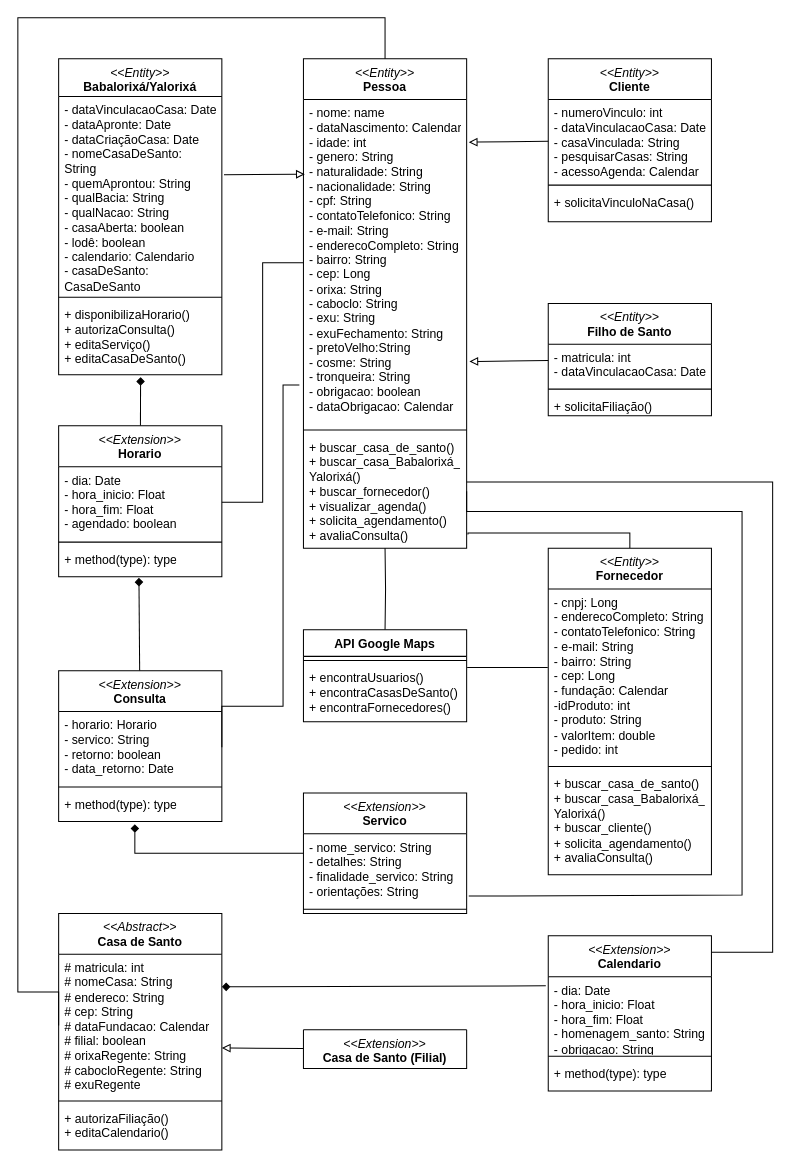
This is Diagrama sem nome.drawio from AlexCarvalhovisk/sarava, a draw.io file, before an edit. Source tidied: cells renumbered, new cells numbered last; positions are measured from the earlier drawing's top-left corner, leaving out a move shared by most shapes. Both pictures are drawn from the tidied source at 102%, with x=0, y=0 at pixel (17, 17).
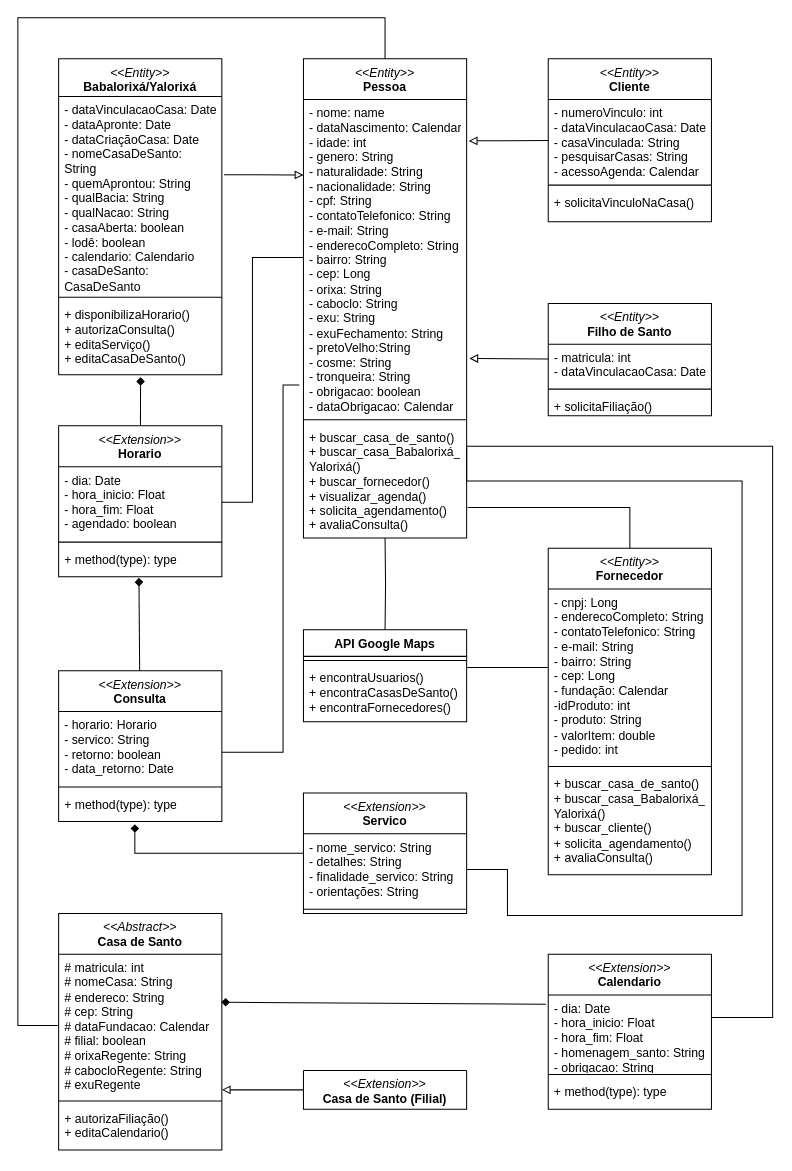
The same diagram, later.

The change refers to these unchanged cells:
```xml
<mxCell id="7" value="&lt;i style=&quot;border-color: var(--border-color); font-weight: 400;&quot;&gt;&amp;lt;&amp;lt;Entity&amp;gt;&amp;gt;&lt;/i&gt;&lt;br&gt;Filho de Santo" style="swimlane;fontStyle=1;align=center;verticalAlign=top;horizontal=1;startSize=40;whiteSpace=wrap;html=1;" parent="1" vertex="1">
  <mxGeometry x="520" y="280" width="160" height="110" as="geometry" />
</mxCell>
<mxCell id="16" value="&lt;i style=&quot;border-color: var(--border-color); font-weight: 400;&quot;&gt;&amp;lt;&amp;lt;Entity&amp;gt;&amp;gt;&lt;/i&gt;&lt;br&gt;Fornecedor" style="swimlane;fontStyle=1;align=center;verticalAlign=top;horizontal=1;startSize=40;whiteSpace=wrap;html=1;" parent="1" vertex="1">
  <mxGeometry x="520" y="520" width="160" height="320" as="geometry" />
</mxCell>
<mxCell id="22" value="- dataVinculacaoCasa: Date&lt;br style=&quot;border-color: var(--border-color);&quot;&gt;- dataApronte: Date&lt;br&gt;- dataCriaçãoCasa: Date&lt;br&gt;- nomeCasaDeSanto: String&lt;br&gt;- quemAprontou: String&lt;br&gt;- qualBacia: String&lt;br&gt;- qualNacao: String&lt;br&gt;- casaAberta: boolean&lt;br&gt;- lodê: boolean&lt;br&gt;- calendario: Calendario&lt;br&gt;- casaDeSanto: CasaDeSanto" style="text;strokeColor=none;fillColor=none;align=left;verticalAlign=top;spacingLeft=4;spacingRight=4;overflow=hidden;points=[[0,0.5],[1,0.5]];portConstraint=eastwest;whiteSpace=wrap;html=1;" parent="21" vertex="1">
  <mxGeometry y="37" width="160" height="193" as="geometry" />
</mxCell>
<mxCell id="26" value="# matricula: int&lt;br&gt;# nomeCasa: String&lt;br&gt;# endereco: String&lt;br&gt;# cep: String&lt;br&gt;# dataFundacao: Calendar&lt;br&gt;# filial: boolean&lt;br&gt;# orixaRegente: String&lt;br&gt;# cabocloRegente: String&lt;br&gt;# exuRegente" style="text;strokeColor=none;fillColor=none;align=left;verticalAlign=top;spacingLeft=4;spacingRight=4;overflow=hidden;points=[[0,0.5],[1,0.5]];portConstraint=eastwest;whiteSpace=wrap;html=1;" parent="25" vertex="1">
  <mxGeometry y="40" width="160" height="140" as="geometry" />
</mxCell>
<mxCell id="34" value="- dia: Date&lt;br&gt;-&amp;nbsp;hora_inicio: Float&lt;br&gt;-&amp;nbsp;hora_fim: Float&lt;br&gt;-&amp;nbsp;agendado: boolean" style="text;strokeColor=none;fillColor=none;align=left;verticalAlign=top;spacingLeft=4;spacingRight=4;overflow=hidden;points=[[0,0.5],[1,0.5]];portConstraint=eastwest;whiteSpace=wrap;html=1;" parent="33" vertex="1">
  <mxGeometry y="40" width="160" height="70" as="geometry" />
</mxCell>
<mxCell id="39" value="- horario: Horario&lt;br&gt;- servico: String&lt;br&gt;- retorno: boolean&lt;br&gt;- data_retorno: Date" style="text;strokeColor=none;fillColor=none;align=left;verticalAlign=top;spacingLeft=4;spacingRight=4;overflow=hidden;points=[[0,0.5],[1,0.5]];portConstraint=eastwest;whiteSpace=wrap;html=1;" parent="38" vertex="1">
  <mxGeometry y="40" width="160" height="70" as="geometry" />
</mxCell>
<mxCell id="44" value="- dia: Date&lt;br&gt;-&amp;nbsp;hora_inicio: Float&lt;br&gt;-&amp;nbsp;hora_fim: Float&lt;br&gt;-&amp;nbsp;homenagem_santo: String&lt;br&gt;- obrigacao: String" style="text;strokeColor=none;fillColor=none;align=left;verticalAlign=top;spacingLeft=4;spacingRight=4;overflow=hidden;points=[[0,0.5],[1,0.5]];portConstraint=eastwest;whiteSpace=wrap;html=1;" parent="43" vertex="1">
  <mxGeometry y="40" width="160" height="74" as="geometry" />
</mxCell>
<mxCell id="49" value="- nome_servico: String&lt;br&gt;- detalhes: String&lt;br&gt;- finalidade_servico: String&lt;br&gt;- orientações: String" style="text;strokeColor=none;fillColor=none;align=left;verticalAlign=top;spacingLeft=4;spacingRight=4;overflow=hidden;points=[[0,0.5],[1,0.5]];portConstraint=eastwest;whiteSpace=wrap;html=1;" parent="48" vertex="1">
  <mxGeometry y="40" width="160" height="70" as="geometry" />
</mxCell>
```

What changed in the source:
```diff
@@
     <mxCell id="2" value="&lt;i style=&quot;border-color: var(--border-color); font-weight: 400;&quot;&gt;&amp;lt;&amp;lt;Entity&amp;gt;&amp;gt;&lt;/i&gt;&lt;br&gt;Pessoa" style="swimlane;fontStyle=1;align=center;verticalAlign=top;horizontal=1;startSize=40;whiteSpace=wrap;html=1;" parent="1" vertex="1">
-      <mxGeometry x="280" y="40" width="160" height="480" as="geometry" />
+      <mxGeometry x="280" y="40" width="160" height="470" as="geometry" />
     </mxCell>
     <mxCell id="3" value="- nome: name&lt;br&gt;- dataNascimento: Calendar&lt;br&gt;- idade: int&lt;br&gt;- genero: String&lt;br&gt;- naturalidade: String&lt;br&gt;- nacionalidade: String&lt;br&gt;- cpf: String&lt;br&gt;- contatoTelefonico: String&lt;br&gt;- e-mail: String&lt;br&gt;- enderecoCompleto: String&lt;br&gt;- bairro: String&lt;br&gt;- cep: Long&lt;br&gt;- orixa: String&lt;br style=&quot;border-color: var(--border-color);&quot;&gt;- caboclo: String&lt;br style=&quot;border-color: var(--border-color);&quot;&gt;- exu: String&lt;br&gt;- exuFechamento: String&lt;br&gt;- pretoVelho:String&lt;br&gt;- cosme: String&lt;br&gt;- tronqueira: String&lt;br&gt;- obrigacao: boolean&lt;br&gt;- dataObrigacao: Calendar" style="text;strokeColor=none;fillColor=none;align=left;verticalAlign=top;spacingLeft=4;spacingRight=4;overflow=hidden;points=[[0,0.5],[1,0.5]];portConstraint=eastwest;whiteSpace=wrap;html=1;" parent="2" vertex="1">
-      <mxGeometry y="40" width="160" height="320" as="geometry" />
+      <mxGeometry y="40" width="160" height="310" as="geometry" />
     </mxCell>
     <mxCell id="4" style="line;strokeWidth=1;fillColor=none;align=left;verticalAlign=middle;spacingTop=-1;spacingLeft=3;spacingRight=3;labelPosition=right;strokeColor=inherit;" parent="2" vertex="1">
-      <mxGeometry y="360" width="160" height="8" as="geometry" />
+      <mxGeometry y="350" width="160" height="8" as="geometry" />
     </mxCell>
     <mxCell id="5" value="+ buscar_casa_de_santo()&lt;br&gt;+ buscar_casa_Babalorixá_&lt;br&gt;Yalorixá()&lt;br&gt;+ buscar_fornecedor()&lt;br&gt;+ visualizar_agenda()&lt;br&gt;+ solicita_agendamento()&lt;br&gt;+ avaliaConsulta()" style="text;strokeColor=none;fillColor=none;align=left;verticalAlign=top;spacingLeft=4;spacingRight=4;overflow=hidden;points=[[0,0.5],[1,0.5]];portConstraint=eastwest;whiteSpace=wrap;html=1;" parent="2" vertex="1">
-      <mxGeometry y="368" width="160" height="112" as="geometry" />
+      <mxGeometry y="358" width="160" height="112" as="geometry" />
     </mxCell>
-    <mxCell id="6" style="rounded=0;jettySize=auto;html=1;endArrow=block;endFill=0;entryX=1.017;entryY=0.803;entryDx=0;entryDy=0;entryPerimeter=0;" parent="1" edge="1" source="7" target="3">
+    <mxCell id="6" style="rounded=0;jettySize=auto;html=1;endArrow=block;endFill=0;entryX=1.017;entryY=0.819;entryDx=0;entryDy=0;entryPerimeter=0;" parent="1" edge="1" source="7" target="3">
       <mxGeometry relative="1" as="geometry" />
     </mxCell>
@@
-    <mxCell id="15" style="edgeStyle=orthogonalEdgeStyle;rounded=0;jettySize=auto;html=1;entryX=1.008;entryY=0.88;entryDx=0;entryDy=0;exitX=0.5;exitY=0;exitDx=0;exitDy=0;endArrow=none;endFill=0;entryPerimeter=0;" parent="1" edge="1" source="16" target="5">
+    <mxCell id="15" style="edgeStyle=orthogonalEdgeStyle;rounded=0;jettySize=auto;html=1;exitX=0.5;exitY=0;exitDx=0;exitDy=0;endArrow=none;endFill=0;" parent="1" edge="1" source="16">
       <mxGeometry relative="1" as="geometry">
+        <mxPoint x="441" y="480" as="targetPoint" />
         <Array as="points">
-          <mxPoint x="600" y="505" />
-          <mxPoint x="441" y="505" />
+          <mxPoint x="600" y="480" />
+          <mxPoint x="441" y="480" />
         </Array>
       </mxGeometry>
     </mxCell>
@@
-    <mxCell id="20" style="rounded=0;jettySize=auto;html=1;entryX=0.008;entryY=0.229;entryDx=0;entryDy=0;entryPerimeter=0;endArrow=block;endFill=0;exitX=1.013;exitY=0.398;exitDx=0;exitDy=0;exitPerimeter=0;" parent="1" edge="1" source="22" target="3">
-      <mxGeometry relative="1" as="geometry" />
+    <mxCell id="20" style="rounded=0;jettySize=auto;html=1;endArrow=block;endFill=0;exitX=1.013;exitY=0.398;exitDx=0;exitDy=0;exitPerimeter=0;" parent="1" edge="1" source="22">
+      <mxGeometry relative="1" as="geometry">
+        <mxPoint x="280" y="154" as="targetPoint" />
+      </mxGeometry>
     </mxCell>
@@
-    <mxCell id="29" style="rounded=0;jettySize=auto;html=1;entryX=1;entryY=0.657;entryDx=0;entryDy=0;entryPerimeter=0;endArrow=block;endFill=0;" parent="1" edge="1" source="30" target="26">
-      <mxGeometry relative="1" as="geometry" />
+    <mxCell id="29" style="rounded=0;jettySize=auto;html=1;endArrow=block;endFill=0;" parent="1" edge="1" source="30">
+      <mxGeometry relative="1" as="geometry">
+        <mxPoint x="200" y="1051" as="targetPoint" />
+      </mxGeometry>
     </mxCell>
     <mxCell id="30" value="&lt;span style=&quot;font-weight: normal;&quot;&gt;&lt;i&gt;&amp;lt;&amp;lt;Extension&amp;gt;&amp;gt;&lt;/i&gt;&lt;/span&gt;&lt;br&gt;Casa de Santo (Filial)" style="swimlane;fontStyle=1;align=center;verticalAlign=top;horizontal=1;startSize=0;whiteSpace=wrap;html=1;" parent="1" vertex="1" collapsed="1">
-      <mxGeometry x="280" y="992" width="160" height="38" as="geometry" />
+      <mxGeometry x="280" y="1032" width="160" height="38" as="geometry" />
     </mxCell>
@@
     <mxCell id="42" style="edgeStyle=orthogonalEdgeStyle;rounded=0;jettySize=auto;html=1;endArrow=none;endFill=0;" parent="1" edge="1" source="43">
       <mxGeometry relative="1" as="geometry">
         <mxPoint x="440" y="455" as="targetPoint" />
         <Array as="points">
-          <mxPoint x="740" y="916" />
-          <mxPoint x="740" y="455" />
+          <mxPoint x="740" y="980" />
+          <mxPoint x="740" y="420" />
+          <mxPoint x="440" y="420" />
         </Array>
       </mxGeometry>
     </mxCell>
     <mxCell id="43" value="&lt;i style=&quot;font-weight: 400;&quot;&gt;&amp;lt;&amp;lt;Extension&amp;gt;&amp;gt;&lt;/i&gt;&lt;br&gt;Calendario" style="swimlane;fontStyle=1;align=center;verticalAlign=top;horizontal=1;startSize=40;whiteSpace=wrap;html=1;" parent="1" vertex="1">
-      <mxGeometry x="520" y="900" width="160" height="152" as="geometry" />
+      <mxGeometry x="520" y="918" width="160" height="152" as="geometry" />
     </mxCell>
@@
-    <mxCell id="52" style="rounded=0;jettySize=auto;html=1;endArrow=diamond;endFill=1;exitX=-0.015;exitY=0.122;exitDx=0;exitDy=0;exitPerimeter=0;" parent="1" edge="1" source="44">
-      <mxGeometry relative="1" as="geometry">
-        <mxPoint x="200" y="950" as="targetPoint" />
-      </mxGeometry>
+    <mxCell id="52" style="rounded=0;jettySize=auto;html=1;endArrow=diamond;endFill=1;exitX=-0.015;exitY=0.122;exitDx=0;exitDy=0;exitPerimeter=0;entryX=0.997;entryY=0.336;entryDx=0;entryDy=0;entryPerimeter=0;" parent="1" edge="1" source="44" target="26">
+      <mxGeometry relative="1" as="geometry" />
     </mxCell>
     <mxCell id="53" style="edgeStyle=orthogonalEdgeStyle;rounded=0;jettySize=auto;html=1;entryX=0;entryY=0.5;entryDx=0;entryDy=0;endArrow=none;endFill=0;exitX=0.5;exitY=0;exitDx=0;exitDy=0;" parent="1" edge="1" source="2" target="26">
       <mxGeometry relative="1" as="geometry">
         <Array as="points">
           <mxPoint x="360" />
           <mxPoint />
-          <mxPoint y="955" />
+          <mxPoint y="988" />
         </Array>
       </mxGeometry>
     </mxCell>
     <mxCell id="54" style="edgeStyle=orthogonalEdgeStyle;rounded=0;jettySize=auto;html=1;entryX=1;entryY=0.5;entryDx=0;entryDy=0;endArrow=none;endFill=0;" parent="1" edge="1" source="3" target="34">
-      <mxGeometry relative="1" as="geometry" />
+      <mxGeometry relative="1" as="geometry">
+        <Array as="points">
+          <mxPoint x="230" y="235" />
+          <mxPoint x="230" y="475" />
+        </Array>
+      </mxGeometry>
     </mxCell>
-    <mxCell id="55" style="edgeStyle=orthogonalEdgeStyle;rounded=0;jettySize=auto;html=1;entryX=1;entryY=0.5;entryDx=0;entryDy=0;endArrow=none;endFill=0;" parent="1" edge="1" target="39">
+    <mxCell id="55" style="edgeStyle=orthogonalEdgeStyle;rounded=0;orthogonalLoop=1;jettySize=auto;html=1;endArrow=none;endFill=0;" parent="1" edge="1">
       <mxGeometry relative="1" as="geometry">
         <mxPoint x="276" y="360" as="sourcePoint" />
+        <mxPoint x="200" y="720" as="targetPoint" />
         <Array as="points">
-          <mxPoint x="276" y="360" />
           <mxPoint x="260" y="360" />
-          <mxPoint x="260" y="675" />
+          <mxPoint x="260" y="720" />
+          <mxPoint x="200" y="720" />
         </Array>
       </mxGeometry>
     </mxCell>
-    <mxCell id="56" style="edgeStyle=orthogonalEdgeStyle;rounded=0;jettySize=auto;html=1;entryX=1;entryY=0.5;entryDx=0;entryDy=0;endArrow=none;endFill=0;exitX=1.013;exitY=0.871;exitDx=0;exitDy=0;exitPerimeter=0;" parent="1" edge="1" source="49" target="5">
+    <mxCell id="56" style="edgeStyle=orthogonalEdgeStyle;rounded=0;jettySize=auto;html=1;entryX=1;entryY=0.5;entryDx=0;entryDy=0;endArrow=none;endFill=0;exitX=1;exitY=0.5;exitDx=0;exitDy=0;" parent="1" edge="1" source="49" target="5">
       <mxGeometry relative="1" as="geometry">
         <Array as="points">
-          <mxPoint x="710" y="860" />
-          <mxPoint x="710" y="484" />
-          <mxPoint x="440" y="484" />
+          <mxPoint x="480" y="835" />
+          <mxPoint x="480" y="880" />
+          <mxPoint x="710" y="880" />
+          <mxPoint x="710" y="454" />
         </Array>
       </mxGeometry>
     </mxCell>
```
